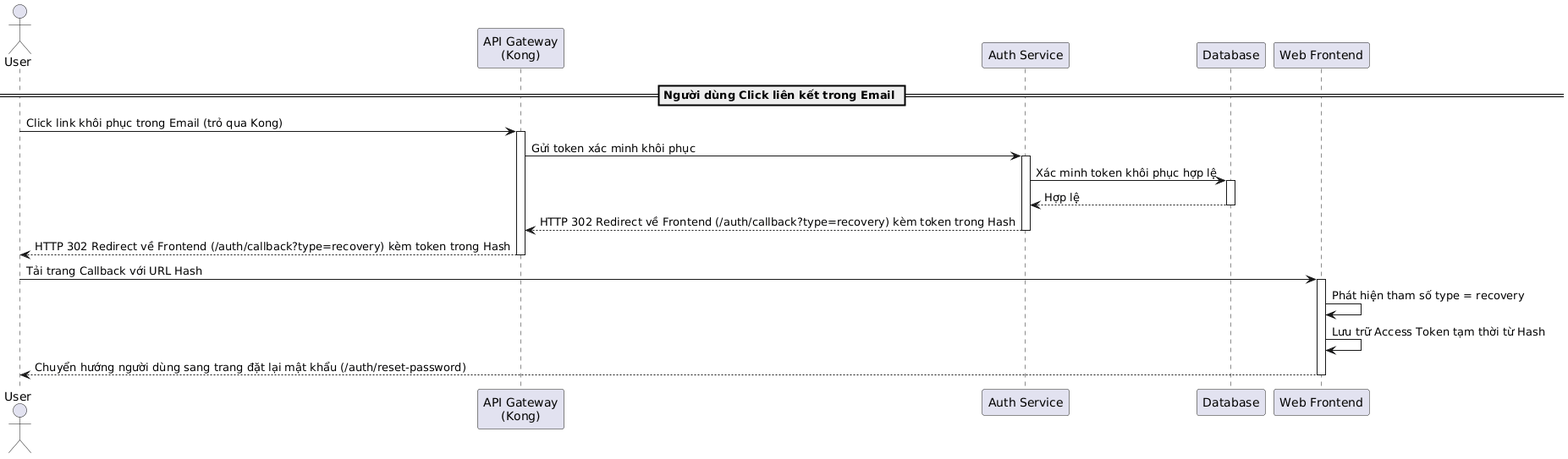
Before: temp/05-sequence/UML-Sequence-13.png, a diagram exported from PlantUML (20206205Tech/docs-uml). Its diagram source:
```plantuml
@startuml
actor "User" as User
participant "API Gateway\n(Kong)" as Kong
participant "Auth Service" as AuthService
participant "Database" as DB
participant "Web Frontend" as Frontend

== Người dùng Click liên kết trong Email ==
User -> Kong: Click link khôi phục trong Email (trỏ qua Kong)
activate Kong
Kong -> AuthService: Gửi token xác minh khôi phục
activate AuthService
AuthService -> DB: Xác minh token khôi phục hợp lệ
activate DB
DB --> AuthService: Hợp lệ
deactivate DB
AuthService --> Kong: HTTP 302 Redirect về Frontend (/auth/callback?type=recovery) kèm token trong Hash
deactivate AuthService
Kong --> User: HTTP 302 Redirect về Frontend (/auth/callback?type=recovery) kèm token trong Hash
deactivate Kong

User -> Frontend: Tải trang Callback với URL Hash
activate Frontend
Frontend -> Frontend: Phát hiện tham số type = recovery
Frontend -> Frontend: Lưu trữ Access Token tạm thời từ Hash
Frontend --> User: Chuyển hướng người dùng sang trang đặt lại mật khẩu (/auth/reset-password)
deactivate Frontend
@enduml
```
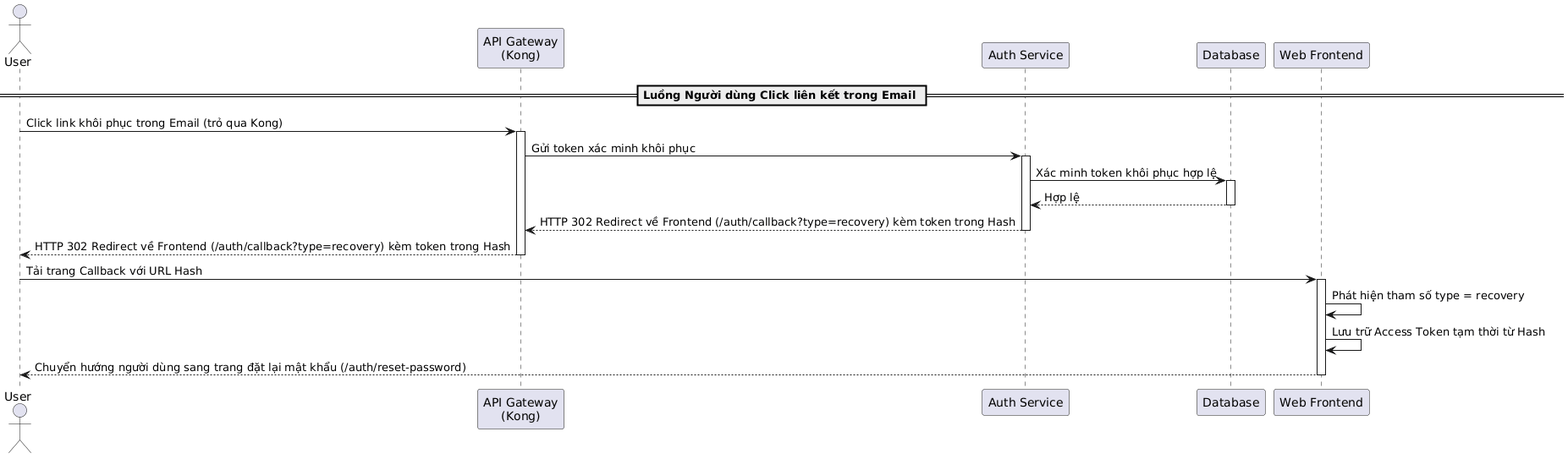
The same diagram one commit later.

The edit, as a diff of the source:
```diff
@@ -5,7 +5,7 @@
 participant "Database" as DB
 participant "Web Frontend" as Frontend
 
-== Người dùng Click liên kết trong Email ==
+== Luồng Người dùng Click liên kết trong Email ==
 User -> Kong: Click link khôi phục trong Email (trỏ qua Kong)
 activate Kong
 Kong -> AuthService: Gửi token xác minh khôi phục
```
